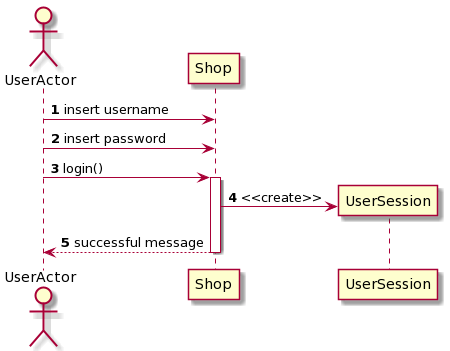
The PlantUML diagram Deliverables/Diagrams/Design/5-1-Login.png in giuliadascenzi/ezshop_SEproject, before a commit. Its diagram source:
```plantuml
@startuml
autonumber
actor UserActor
UserActor -> Shop : insert username
UserActor -> Shop : insert password
UserActor -> Shop ++ : login()
Shop -> UserSession ** : <<create>>
Shop --> UserActor -- : successful message
@enduml
```
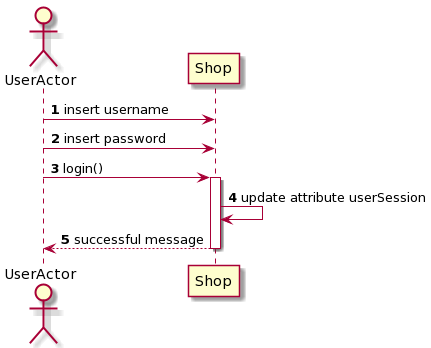
After the change.

Diff of the diagram source:
```diff
@@ -4,6 +4,6 @@
 UserActor -> Shop : insert username
 UserActor -> Shop : insert password
 UserActor -> Shop ++ : login()
-Shop -> UserSession ** : <<create>>
+Shop -> Shop: update attribute userSession
 Shop --> UserActor -- : successful message
 @enduml
```
